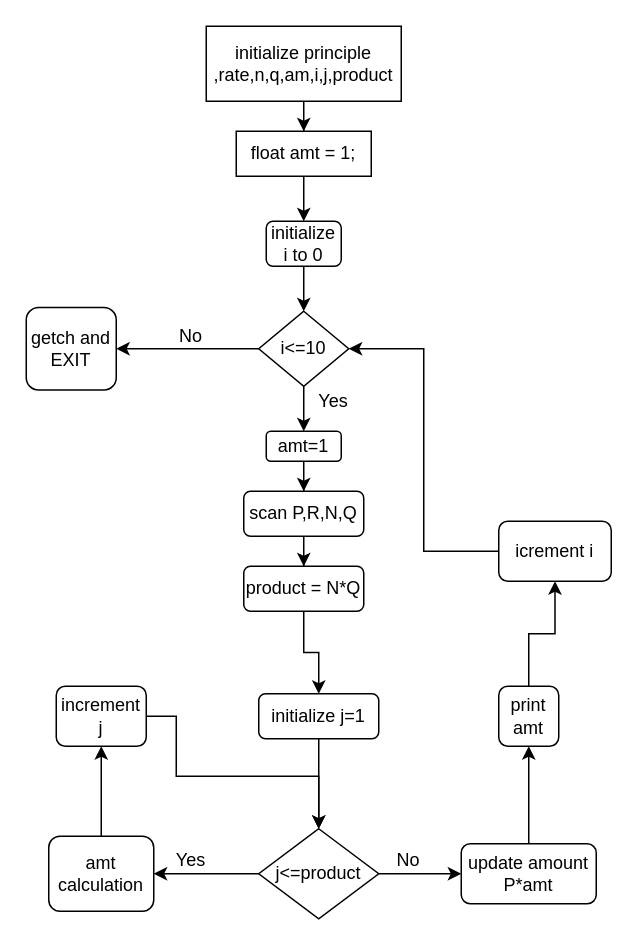
The draw.io diagram Compounf interested.drawio in gitmrac/sample, before the edit. Source tidied: cells renumbered, new cells numbered last; positions are measured from the earlier drawing's top-left corner, leaving out a move shared by most shapes. Both pictures are drawn from the tidied source at 150%, with x=0, y=0 at pixel (26, 26).
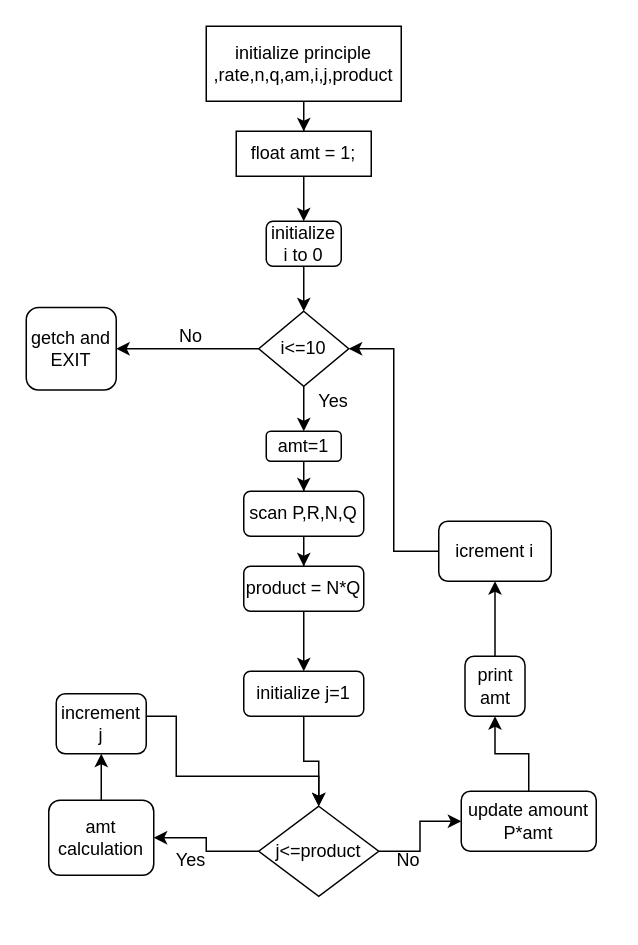
The same diagram, later.

Change to the diagram source:
```diff
@@
     <mxCell id="18" value="initialize j=1" style="rounded=1;whiteSpace=wrap;html=1;" parent="1" vertex="1">
-      <mxGeometry x="155" y="445" width="80" height="30" as="geometry" />
+      <mxGeometry x="145" y="430" width="80" height="30" as="geometry" />
     </mxCell>
@@
     <mxCell id="21" value="j&amp;lt;=product" style="rhombus;whiteSpace=wrap;html=1;" parent="1" vertex="1">
-      <mxGeometry x="155" y="535" width="80" height="60" as="geometry" />
+      <mxGeometry x="155" y="520" width="80" height="60" as="geometry" />
     </mxCell>
-    <mxCell id="22" style="edgeStyle=orthogonalEdgeStyle;rounded=0;jettySize=auto;html=1;" parent="1" edge="1" source="23" target="26">
+    <mxCell id="22" style="edgeStyle=orthogonalEdgeStyle;rounded=0;jettySize=auto;html=1;entryX=0.5;entryY=1;entryDx=0;entryDy=0;" parent="1" edge="1" source="23" target="26">
       <mxGeometry relative="1" as="geometry" />
     </mxCell>
     <mxCell id="23" value="amt calculation" style="rounded=1;whiteSpace=wrap;html=1;" parent="1" vertex="1">
-      <mxGeometry x="15" y="540" width="70" height="50" as="geometry" />
+      <mxGeometry x="15" y="516" width="70" height="50" as="geometry" />
     </mxCell>
@@
     <mxCell id="26" value="increment j" style="rounded=1;whiteSpace=wrap;html=1;" parent="1" vertex="1">
-      <mxGeometry x="20" y="440" width="60" height="40" as="geometry" />
+      <mxGeometry x="20" y="445" width="60" height="40" as="geometry" />
     </mxCell>
@@
-    <mxCell id="28" style="edgeStyle=orthogonalEdgeStyle;rounded=0;jettySize=auto;html=1;entryX=0.5;entryY=1;entryDx=0;entryDy=0;" parent="1" edge="1" source="29" target="31">
+    <mxCell id="28" style="edgeStyle=orthogonalEdgeStyle;rounded=0;jettySize=auto;html=1;" parent="1" edge="1" source="29" target="31">
       <mxGeometry relative="1" as="geometry" />
     </mxCell>
     <mxCell id="29" value="update amount P*amt" style="rounded=1;whiteSpace=wrap;html=1;" parent="1" vertex="1">
-      <mxGeometry x="290" y="545" width="90" height="40" as="geometry" />
+      <mxGeometry x="290" y="510" width="90" height="40" as="geometry" />
     </mxCell>
@@
     <mxCell id="31" value="print amt" style="rounded=1;whiteSpace=wrap;html=1;" parent="1" vertex="1">
-      <mxGeometry x="315" y="440" width="40" height="40" as="geometry" />
+      <mxGeometry x="292.5" y="420" width="40" height="40" as="geometry" />
     </mxCell>
@@
     <mxCell id="33" value="icrement i" style="rounded=1;whiteSpace=wrap;html=1;" parent="1" vertex="1">
-      <mxGeometry x="315" y="330" width="75" height="40" as="geometry" />
+      <mxGeometry x="275" y="330" width="75" height="40" as="geometry" />
     </mxCell>
```
